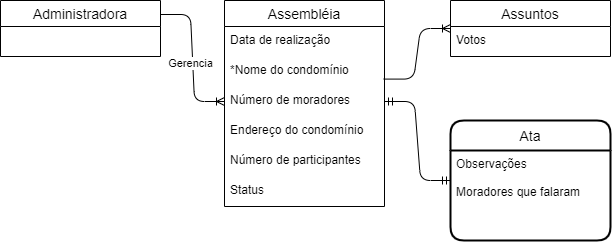
Before: Atividades/Atividade02/Diagrama sem título-Página-2.png, a diagram exported from draw.io (PedroMoT4/MDC053). Source tidied: cells renumbered, new cells last; positions are measured from the earlier drawing's top-left corner, leaving out a move shared by most shapes. Source of this version:
```xml
<mxGraphModel>
  <root>
    <mxCell id="0" />
    <mxCell id="1" parent="0" />
    <mxCell id="2" value="Assembléia" style="swimlane;fontStyle=0;horizontal=1;startSize=26;align=center;fontSize=14;" parent="1" vertex="1">
      <mxGeometry x="224" width="160" height="206" as="geometry" />
    </mxCell>
    <mxCell id="3" value="Data de realização" style="text;strokeColor=none;fillColor=none;spacingLeft=4;spacingRight=4;overflow=hidden;fontSize=12;" parent="2" vertex="1">
      <mxGeometry y="26" width="160" height="30" as="geometry" />
    </mxCell>
    <mxCell id="4" value="*Nome do condomínio" style="text;strokeColor=none;fillColor=none;spacingLeft=4;spacingRight=4;overflow=hidden;points=[[0,0.5],[1,0.5]];portConstraint=eastwest;fontSize=12;" parent="2" vertex="1">
      <mxGeometry y="56" width="160" height="30" as="geometry" />
    </mxCell>
    <mxCell id="5" value="Número de moradores" style="text;strokeColor=none;fillColor=none;spacingLeft=4;spacingRight=4;overflow=hidden;points=[[0,0.5],[1,0.5]];portConstraint=eastwest;fontSize=12;" parent="2" vertex="1">
      <mxGeometry y="86" width="160" height="30" as="geometry" />
    </mxCell>
    <mxCell id="6" value="Endereço do condomínio" style="text;strokeColor=none;fillColor=none;spacingLeft=4;spacingRight=4;overflow=hidden;fontSize=12;" parent="2" vertex="1">
      <mxGeometry y="116" width="160" height="30" as="geometry" />
    </mxCell>
    <mxCell id="7" value="Número de participantes" style="text;strokeColor=none;fillColor=none;spacingLeft=4;spacingRight=4;overflow=hidden;fontSize=12;" parent="2" vertex="1">
      <mxGeometry y="146" width="160" height="30" as="geometry" />
    </mxCell>
    <mxCell id="8" value="Status" style="text;strokeColor=none;fillColor=none;spacingLeft=4;spacingRight=4;overflow=hidden;fontSize=12;" parent="2" vertex="1">
      <mxGeometry y="176" width="160" height="30" as="geometry" />
    </mxCell>
    <mxCell id="9" style="edgeStyle=entityRelationEdgeStyle;fontSize=12;html=1;endArrow=ERoneToMany;exitX=1;exitY=0.25;exitDx=0;exitDy=0;entryX=0;entryY=0.5;entryDx=0;entryDy=0;" parent="1" edge="1" source="11" target="5">
      <mxGeometry relative="1" as="geometry" />
    </mxCell>
    <mxCell id="10" value="Gerencia" style="edgeLabel;html=1;align=center;verticalAlign=middle;" parent="9" vertex="1">
      <mxGeometry x="0.07" y="3" relative="1" as="geometry">
        <mxPoint x="-5.2" as="offset" />
      </mxGeometry>
    </mxCell>
    <mxCell id="11" value="Administradora" style="swimlane;fontStyle=0;horizontal=1;startSize=26;align=center;fontSize=14;" parent="1" vertex="1">
      <mxGeometry width="160" height="56" as="geometry" />
    </mxCell>
    <mxCell id="12" style="edgeStyle=entityRelationEdgeStyle;fontSize=12;html=1;endArrow=ERmandOne;startArrow=ERmandOne;exitX=1;exitY=0.5;exitDx=0;exitDy=0;entryX=0;entryY=0.5;entryDx=0;entryDy=0;" parent="1" edge="1" source="5" target="13">
      <mxGeometry relative="1" as="geometry" />
    </mxCell>
    <mxCell id="13" value="Ata" style="swimlane;horizontal=1;startSize=30;rounded=1;fontSize=14;fontStyle=0;strokeWidth=2;shadow=0;dashed=0;align=center;" parent="1" vertex="1">
      <mxGeometry x="450" y="120" width="160" height="120" as="geometry" />
    </mxCell>
    <mxCell id="14" value="Observações&#10;&#10;Moradores que falaram" style="align=left;strokeColor=none;fillColor=none;spacingLeft=4;fontSize=12;verticalAlign=top;" parent="13" vertex="1">
      <mxGeometry y="30" width="160" height="90" as="geometry" />
    </mxCell>
    <mxCell id="15" value="Assuntos" style="swimlane;fontStyle=0;horizontal=1;startSize=26;align=center;fontSize=14;" parent="1" vertex="1">
      <mxGeometry x="450" width="160" height="56" as="geometry" />
    </mxCell>
    <mxCell id="16" value="Votos" style="text;strokeColor=none;fillColor=none;spacingLeft=4;spacingRight=4;overflow=hidden;fontSize=12;" parent="15" vertex="1">
      <mxGeometry y="26" width="160" height="30" as="geometry" />
    </mxCell>
    <mxCell id="17" style="edgeStyle=entityRelationEdgeStyle;fontSize=12;html=1;endArrow=ERoneToMany;exitX=0.995;exitY=0.753;exitDx=0;exitDy=0;exitPerimeter=0;entryX=0;entryY=0.5;entryDx=0;entryDy=0;" parent="1" edge="1" source="4" target="15">
      <mxGeometry relative="1" as="geometry" />
    </mxCell>
  </root>
</mxGraphModel>
```
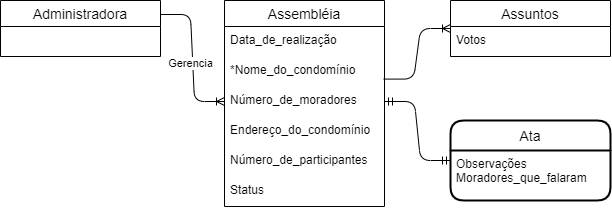
The same file after the commit.

Change to the diagram source:
```diff
@@ -5,19 +5,19 @@
     <mxCell id="2" value="Assembléia" style="swimlane;fontStyle=0;horizontal=1;startSize=26;align=center;fontSize=14;" parent="1" vertex="1">
       <mxGeometry x="224" width="160" height="206" as="geometry" />
     </mxCell>
-    <mxCell id="3" value="Data de realização" style="text;strokeColor=none;fillColor=none;spacingLeft=4;spacingRight=4;overflow=hidden;fontSize=12;" parent="2" vertex="1">
+    <mxCell id="3" value="Data_de_realização" style="text;strokeColor=none;fillColor=none;spacingLeft=4;spacingRight=4;overflow=hidden;fontSize=12;" parent="2" vertex="1">
       <mxGeometry y="26" width="160" height="30" as="geometry" />
     </mxCell>
-    <mxCell id="4" value="*Nome do condomínio" style="text;strokeColor=none;fillColor=none;spacingLeft=4;spacingRight=4;overflow=hidden;points=[[0,0.5],[1,0.5]];portConstraint=eastwest;fontSize=12;" parent="2" vertex="1">
+    <mxCell id="4" value="*Nome_do_condomínio" style="text;strokeColor=none;fillColor=none;spacingLeft=4;spacingRight=4;overflow=hidden;points=[[0,0.5],[1,0.5]];portConstraint=eastwest;fontSize=12;" parent="2" vertex="1">
       <mxGeometry y="56" width="160" height="30" as="geometry" />
     </mxCell>
-    <mxCell id="5" value="Número de moradores" style="text;strokeColor=none;fillColor=none;spacingLeft=4;spacingRight=4;overflow=hidden;points=[[0,0.5],[1,0.5]];portConstraint=eastwest;fontSize=12;" parent="2" vertex="1">
+    <mxCell id="5" value="Número_de_moradores" style="text;strokeColor=none;fillColor=none;spacingLeft=4;spacingRight=4;overflow=hidden;points=[[0,0.5],[1,0.5]];portConstraint=eastwest;fontSize=12;" parent="2" vertex="1">
       <mxGeometry y="86" width="160" height="30" as="geometry" />
     </mxCell>
-    <mxCell id="6" value="Endereço do condomínio" style="text;strokeColor=none;fillColor=none;spacingLeft=4;spacingRight=4;overflow=hidden;fontSize=12;" parent="2" vertex="1">
+    <mxCell id="6" value="Endereço_do_condomínio" style="text;strokeColor=none;fillColor=none;spacingLeft=4;spacingRight=4;overflow=hidden;fontSize=12;" parent="2" vertex="1">
       <mxGeometry y="116" width="160" height="30" as="geometry" />
     </mxCell>
-    <mxCell id="7" value="Número de participantes" style="text;strokeColor=none;fillColor=none;spacingLeft=4;spacingRight=4;overflow=hidden;fontSize=12;" parent="2" vertex="1">
+    <mxCell id="7" value="Número_de_participantes" style="text;strokeColor=none;fillColor=none;spacingLeft=4;spacingRight=4;overflow=hidden;fontSize=12;" parent="2" vertex="1">
       <mxGeometry y="146" width="160" height="30" as="geometry" />
     </mxCell>
     <mxCell id="8" value="Status" style="text;strokeColor=none;fillColor=none;spacingLeft=4;spacingRight=4;overflow=hidden;fontSize=12;" parent="2" vertex="1">
@@ -38,10 +38,10 @@
       <mxGeometry relative="1" as="geometry" />
     </mxCell>
     <mxCell id="13" value="Ata" style="swimlane;horizontal=1;startSize=30;rounded=1;fontSize=14;fontStyle=0;strokeWidth=2;shadow=0;dashed=0;align=center;" parent="1" vertex="1">
-      <mxGeometry x="450" y="120" width="160" height="120" as="geometry" />
+      <mxGeometry x="450" y="120" width="160" height="80" as="geometry" />
     </mxCell>
-    <mxCell id="14" value="Observações&#10;&#10;Moradores que falaram" style="align=left;strokeColor=none;fillColor=none;spacingLeft=4;fontSize=12;verticalAlign=top;" parent="13" vertex="1">
-      <mxGeometry y="30" width="160" height="90" as="geometry" />
+    <mxCell id="14" value="Observações&#10;Moradores_que_falaram" style="align=left;strokeColor=none;fillColor=none;spacingLeft=4;fontSize=12;verticalAlign=top;" parent="13" vertex="1">
+      <mxGeometry y="30" width="160" height="50" as="geometry" />
     </mxCell>
     <mxCell id="15" value="Assuntos" style="swimlane;fontStyle=0;horizontal=1;startSize=26;align=center;fontSize=14;" parent="1" vertex="1">
       <mxGeometry x="450" width="160" height="56" as="geometry" />
```
